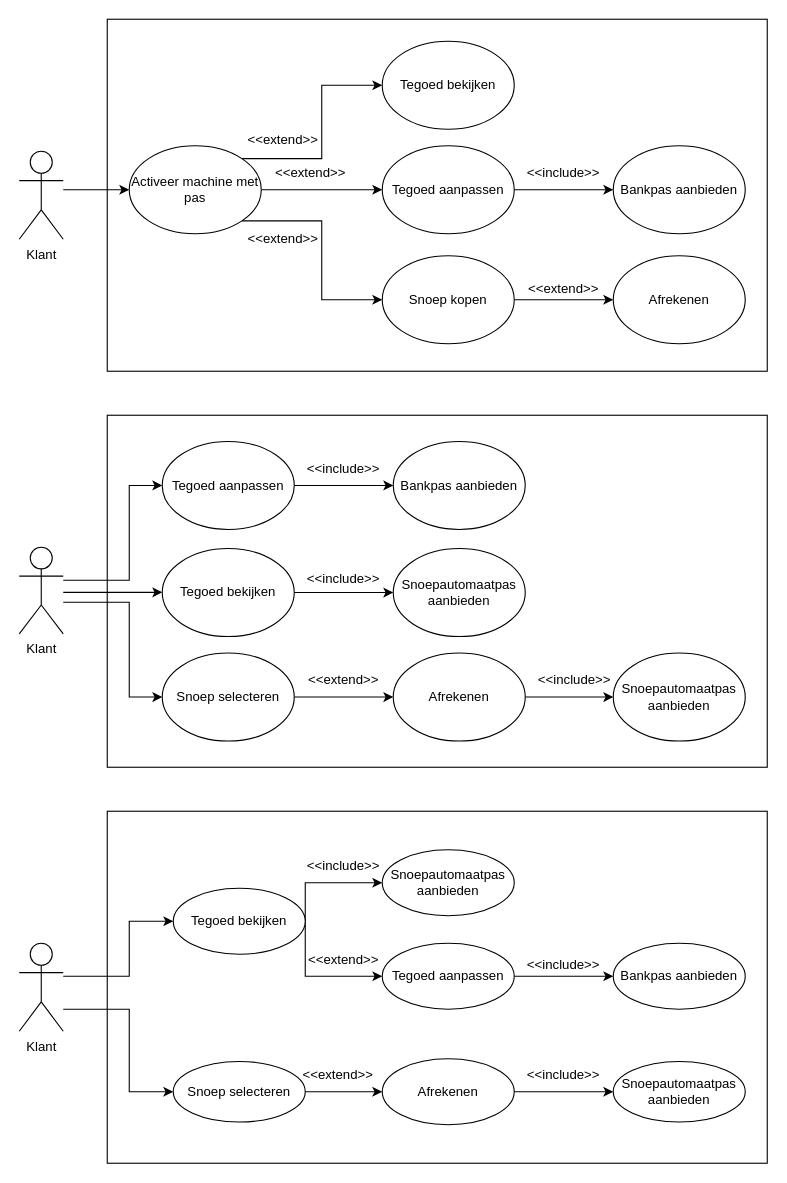
EMB20/Procesanalyse keeps this draw.io diagram as Procesanalyse.drawio. Above is the earlier version. Source tidied: cells renumbered, new cells numbered last; positions are measured from the earlier drawing's top-left corner, leaving out a move shared by most shapes. Both pictures are drawn from the tidied source at 110%, with x=0, y=0 at pixel (19, 19).
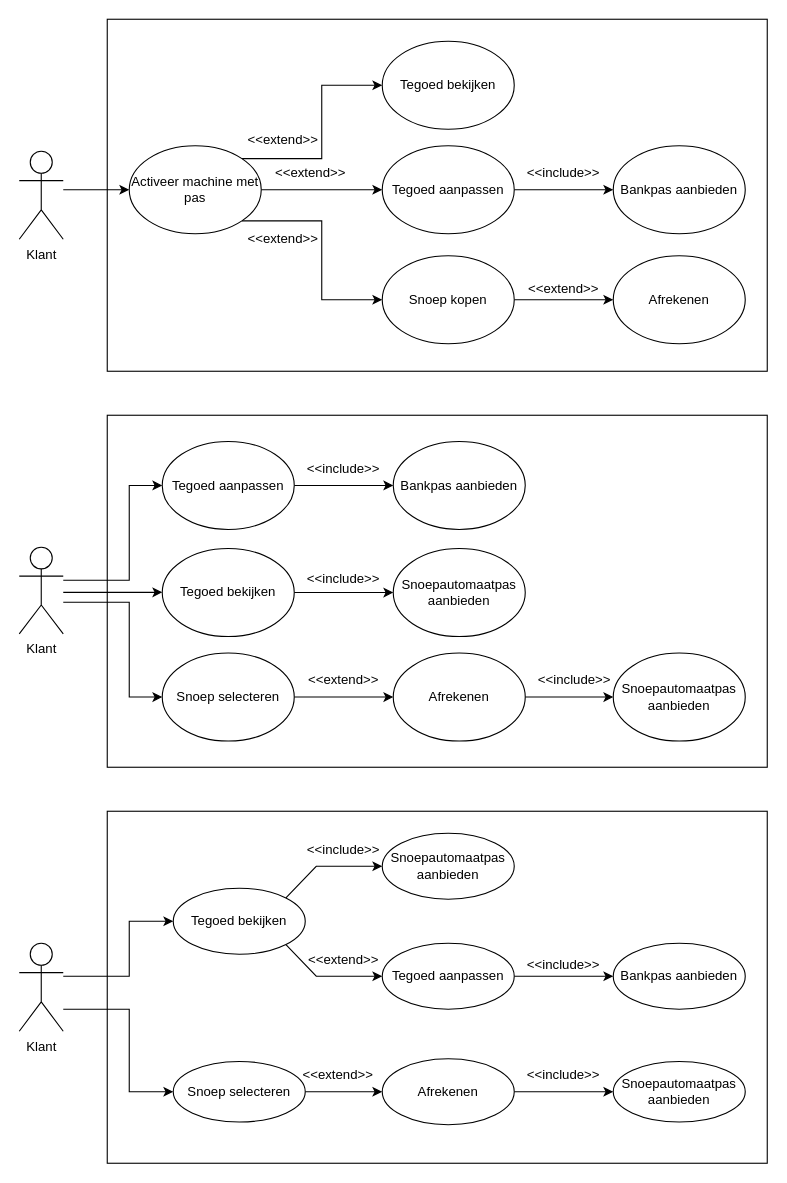
The same page after the edit.

The change refers to these unchanged cells:
```xml
<mxCell id="46" value="Tegoed aanpassen" style="ellipse;whiteSpace=wrap;html=1;" parent="1" vertex="1">
  <mxGeometry x="330" y="840" width="120" height="60" as="geometry" />
</mxCell>
<mxCell id="54" value="Tegoed bekijken" style="ellipse;whiteSpace=wrap;html=1;" parent="1" vertex="1">
  <mxGeometry x="140" y="790" width="120" height="60" as="geometry" />
</mxCell>
```

The edit, as a diff of the source:
```diff
@@
-    <mxCell id="52" style="edgeStyle=orthogonalEdgeStyle;rounded=0;jettySize=auto;html=1;entryX=0;entryY=0.5;entryDx=0;entryDy=0;" parent="1" edge="1" source="54" target="46">
+    <mxCell id="52" style="rounded=0;jettySize=auto;html=1;entryX=0;entryY=0.5;entryDx=0;entryDy=0;exitX=1;exitY=1;exitDx=0;exitDy=0;" parent="1" edge="1" source="54" target="46">
       <mxGeometry relative="1" as="geometry">
         <Array as="points">
-          <mxPoint x="260" y="870" />
+          <mxPoint x="270" y="870" />
         </Array>
       </mxGeometry>
     </mxCell>
-    <mxCell id="53" style="edgeStyle=orthogonalEdgeStyle;rounded=0;jettySize=auto;html=1;entryX=0;entryY=0.5;entryDx=0;entryDy=0;" parent="1" edge="1" source="54" target="58">
+    <mxCell id="53" style="rounded=0;jettySize=auto;html=1;entryX=0;entryY=0.5;entryDx=0;entryDy=0;exitX=1;exitY=0;exitDx=0;exitDy=0;" parent="1" edge="1" source="54" target="58">
       <mxGeometry relative="1" as="geometry">
         <Array as="points">
-          <mxPoint x="260" y="815" />
-          <mxPoint x="260" y="785" />
+          <mxPoint x="270" y="770" />
         </Array>
       </mxGeometry>
     </mxCell>
@@
     <mxCell id="58" value="Snoepautomaatpas aanbieden" style="ellipse;whiteSpace=wrap;html=1;" parent="1" vertex="1">
-      <mxGeometry x="330" y="755" width="120" height="60" as="geometry" />
+      <mxGeometry x="330" y="740" width="120" height="60" as="geometry" />
     </mxCell>
@@
     <mxCell id="61" value="&amp;lt;&amp;lt;include&amp;gt;&amp;gt;" style="text;html=1;align=center;verticalAlign=middle;whiteSpace=wrap;rounded=0;" parent="1" vertex="1">
-      <mxGeometry x="270" y="755" width="50" height="30" as="geometry" />
+      <mxGeometry x="270" y="740" width="50" height="30" as="geometry" />
     </mxCell>
```
